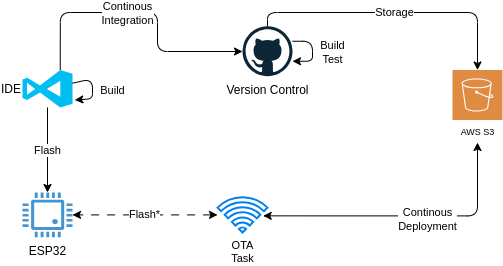
This is report/architecture.png from yallico/robotics_dissertation, a draw.io export, as it was before one commit. Source tidied: cells renumbered, new cells last; positions are measured from the earlier drawing's top-left corner, leaving out a move shared by most shapes.
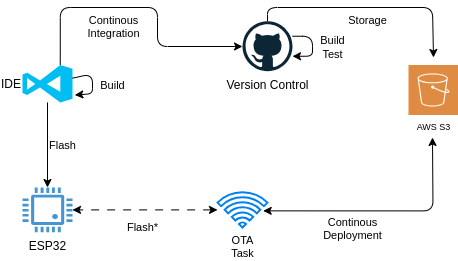
After the commit.

Change to the diagram source:
```diff
@@ -4,16 +4,18 @@
     <mxCell id="1" parent="0" />
     <mxCell id="2" style="edgeStyle=orthogonalEdgeStyle;html=1;strokeColor=default;fontSize=11;startArrow=classic;startFill=1;exitX=0.914;exitY=0.527;exitDx=0;exitDy=0;exitPerimeter=0;" parent="1" edge="1" source="15">
       <mxGeometry relative="1" as="geometry">
-        <mxPoint x="455" y="130" as="targetPoint" />
+        <mxPoint x="410" y="130" as="targetPoint" />
       </mxGeometry>
     </mxCell>
-    <mxCell id="3" value="Continous&lt;br&gt;Deployment" style="edgeLabel;html=1;align=center;verticalAlign=middle;fontSize=11;" parent="2" vertex="1">
-      <mxGeometry x="0.14" y="-3" relative="1" as="geometry" />
+    <mxCell id="3" value="Continous&lt;br&gt;Deployment" style="edgeLabel;html=1;align=center;verticalAlign=top;fontSize=11;labelBackgroundColor=none;" parent="2" vertex="1">
+      <mxGeometry x="0.14" y="-3" relative="1" as="geometry">
+        <mxPoint x="-50" y="-4" as="offset" />
+      </mxGeometry>
     </mxCell>
     <mxCell id="4" value="ESP32" style="shadow=0;dashed=0;html=1;strokeColor=none;fillColor=#4495D1;labelPosition=center;verticalLabelPosition=bottom;verticalAlign=top;align=center;outlineConnect=0;shape=mxgraph.veeam.cpu;" parent="1" vertex="1">
       <mxGeometry y="180" width="50" height="44.8" as="geometry" />
     </mxCell>
-    <mxCell id="5" value="Flash" style="edgeStyle=none;html=1;" parent="1" edge="1" source="8" target="4">
+    <mxCell id="5" value="Flash" style="edgeStyle=none;html=1;labelBackgroundColor=none;align=left;" parent="1" edge="1" source="8" target="4">
       <mxGeometry relative="1" as="geometry" />
     </mxCell>
     <mxCell id="6" style="edgeStyle=orthogonalEdgeStyle;html=1;exitX=0.755;exitY=0;exitDx=0;exitDy=0;exitPerimeter=0;strokeColor=default;" parent="1" edge="1" source="8" target="11">
@@ -25,34 +27,37 @@
         </Array>
       </mxGeometry>
     </mxCell>
-    <mxCell id="7" value="Continous &lt;br&gt;Integration" style="edgeLabel;html=1;align=center;verticalAlign=middle;" parent="6" vertex="1">
-      <mxGeometry x="-0.11" relative="1" as="geometry" />
+    <mxCell id="7" value="Continous &lt;br&gt;Integration" style="edgeLabel;html=1;align=center;verticalAlign=top;labelBackgroundColor=none;" parent="6" vertex="1">
+      <mxGeometry x="-0.11" relative="1" as="geometry">
+        <mxPoint x="-14" as="offset" />
+      </mxGeometry>
     </mxCell>
     <mxCell id="8" value="&lt;p style=&quot;line-height: 0%;&quot;&gt;IDE&lt;/p&gt;" style="verticalLabelPosition=middle;html=1;verticalAlign=middle;align=right;strokeColor=none;fillColor=#00BEF2;shape=mxgraph.azure.visual_studio_online;labelPosition=left;" parent="1" vertex="1">
       <mxGeometry y="57.5" width="50" height="37.5" as="geometry" />
     </mxCell>
-    <mxCell id="9" value="Build" style="edgeStyle=none;html=1;entryX=1.047;entryY=0.8;entryDx=0;entryDy=0;entryPerimeter=0;" parent="1" edge="1" source="8" target="8">
+    <mxCell id="9" value="Build" style="edgeStyle=none;html=1;entryX=1.047;entryY=0.8;entryDx=0;entryDy=0;entryPerimeter=0;labelBackgroundColor=none;" parent="1" edge="1" source="8" target="8">
       <mxGeometry x="0.09" y="20" relative="1" as="geometry" />
     </mxCell>
-    <mxCell id="10" value="Storage" style="edgeStyle=orthogonalEdgeStyle;html=1;strokeColor=default;fontSize=11;" parent="1" edge="1" source="11" target="13">
+    <mxCell id="10" value="Storage" style="edgeStyle=orthogonalEdgeStyle;html=1;strokeColor=default;fontSize=11;verticalAlign=top;labelBackgroundColor=none;" parent="1" edge="1" source="11">
       <mxGeometry relative="1" as="geometry">
+        <mxPoint x="411" y="50" as="targetPoint" />
         <Array as="points">
           <mxPoint x="245" />
-          <mxPoint x="455" />
+          <mxPoint x="410" />
         </Array>
       </mxGeometry>
     </mxCell>
     <mxCell id="11" value="Version Control" style="dashed=0;outlineConnect=0;html=1;align=center;labelPosition=center;verticalLabelPosition=bottom;verticalAlign=top;shape=mxgraph.weblogos.github;" parent="1" vertex="1">
       <mxGeometry x="220" y="13.8" width="50" height="50" as="geometry" />
     </mxCell>
-    <mxCell id="12" value="Build&lt;br&gt;Test" style="edgeStyle=orthogonalEdgeStyle;html=1;strokeColor=default;" parent="1" edge="1" source="11" target="11">
+    <mxCell id="12" value="Build&lt;br&gt;Test" style="edgeStyle=orthogonalEdgeStyle;html=1;strokeColor=default;labelBackgroundColor=none;" parent="1" edge="1" source="11" target="11">
       <mxGeometry x="0.04" y="20" relative="1" as="geometry" />
     </mxCell>
     <mxCell id="13" value="AWS S3" style="sketch=0;shadow=0;dashed=0;html=1;strokeColor=none;fillColor=#DF8C42;labelPosition=center;verticalLabelPosition=bottom;verticalAlign=top;align=center;outlineConnect=0;shape=mxgraph.veeam2.aws_s3;fontSize=9;" parent="1" vertex="1">
-      <mxGeometry x="430" y="57.5" width="50" height="50" as="geometry" />
+      <mxGeometry x="386" y="57.5" width="50" height="50" as="geometry" />
     </mxCell>
-    <mxCell id="14" value="Flash*" style="edgeStyle=orthogonalEdgeStyle;html=1;strokeColor=default;fontSize=11;startArrow=classic;startFill=1;dashed=1;dashPattern=8 8;" parent="1" edge="1" source="15" target="4">
-      <mxGeometry relative="1" as="geometry" />
+    <mxCell id="14" value="Flash*" style="edgeStyle=orthogonalEdgeStyle;html=1;strokeColor=default;fontSize=11;startArrow=classic;startFill=1;dashed=1;dashPattern=8 8;labelBackgroundColor=none;verticalAlign=middle;" parent="1" edge="1" source="15" target="4">
+      <mxGeometry x="0.03" y="18" relative="1" as="geometry" />
     </mxCell>
     <mxCell id="15" value="OTA&lt;br&gt;Task" style="html=1;verticalLabelPosition=bottom;align=center;labelBackgroundColor=none;verticalAlign=top;strokeWidth=2;strokeColor=#0080F0;shadow=0;dashed=0;shape=mxgraph.ios7.icons.wifi;fontSize=11;" parent="1" vertex="1">
       <mxGeometry x="195" y="184.7" width="50" height="35.4" as="geometry" />
```
